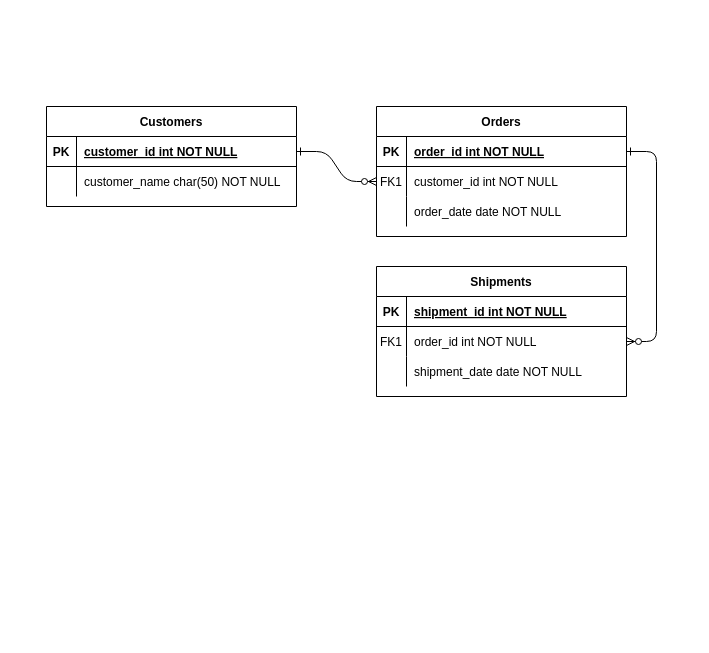
The draw.io diagram page "Page-1" (1 of 2) of ERD.drawio in Wavergg/721SoftwareEngineering, before the edit. Source tidied: cells renumbered, new cells numbered last; positions are measured from the earlier drawing's top-left corner, leaving out a move shared by most shapes. Both pictures are drawn from the tidied source at 100%, with x=0, y=0 at pixel (46, 106).
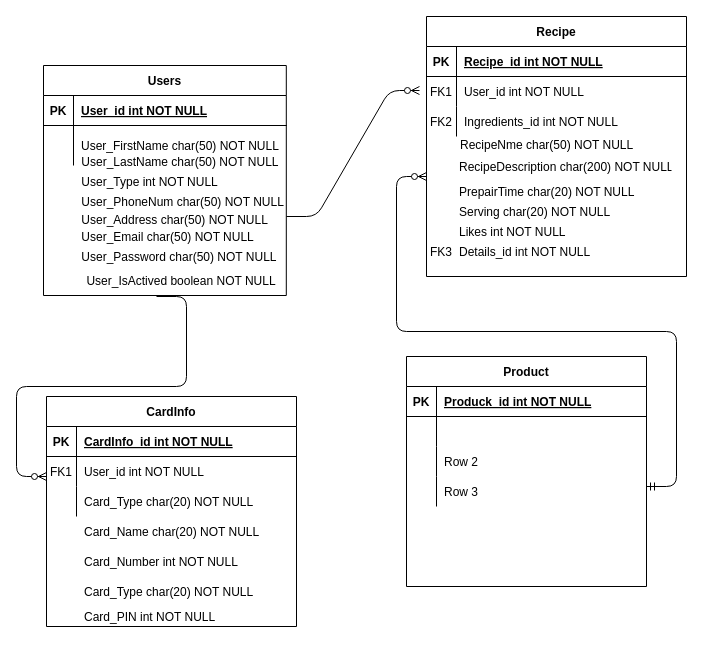
The same page after the edit.

What changed in the source:
```diff
@@
-    <mxCell id="2" style="edgeStyle=entityRelationEdgeStyle;endArrow=ERzeroToMany;startArrow=ERone;endFill=1;startFill=0;" parent="1" edge="1" source="25" target="8">
-      <mxGeometry relative="1" as="geometry" />
-    </mxCell>
-    <mxCell id="3" style="edgeStyle=entityRelationEdgeStyle;endArrow=ERzeroToMany;startArrow=ERone;endFill=1;startFill=0;" parent="1" edge="1" source="5" target="18">
-      <mxGeometry relative="1" as="geometry" />
-    </mxCell>
+    <mxCell id="31" style="group;" parent="1" vertex="1">
+      <mxGeometry y="290" width="250" height="240" as="geometry" />
+    </mxCell>
+    <mxCell id="14" value="CardInfo" style="shape=table;startSize=30;childLayout=tableLayout;rowLines=0;fontStyle=1;align=center;" parent="31" vertex="1">
+      <mxGeometry width="250" height="230" as="geometry" />
+    </mxCell>
+    <mxCell id="15" style="shape=partialRectangle;fillColor=none;top=0;left=0;right=0;bottom=1;" parent="14" vertex="1">
+      <mxGeometry y="30" width="250" height="30" as="geometry" />
+    </mxCell>
+    <mxCell id="16" value="PK" style="shape=partialRectangle;overflow=hidden;fillColor=none;top=0;left=0;bottom=0;right=0;fontStyle=1;" parent="15" vertex="1">
+      <mxGeometry width="30" height="30" as="geometry" />
+    </mxCell>
+    <mxCell id="17" value="CardInfo_id int NOT NULL " style="shape=partialRectangle;overflow=hidden;fillColor=none;top=0;left=0;bottom=0;right=0;align=left;spacingLeft=6;fontStyle=5;" parent="15" vertex="1">
+      <mxGeometry x="30" width="220" height="30" as="geometry" />
+    </mxCell>
+    <mxCell id="18" style="shape=partialRectangle;fillColor=none;points=[[0,0.5],[1,0.5]];portConstraint=eastwest;top=0;left=0;right=0;bottom=0;" parent="14" vertex="1">
+      <mxGeometry y="60" width="250" height="30" as="geometry" />
+    </mxCell>
+    <mxCell id="19" value="FK1" style="shape=partialRectangle;overflow=hidden;fillColor=none;top=0;left=0;bottom=0;right=0;" parent="18" vertex="1">
+      <mxGeometry width="30" height="30" as="geometry" />
+    </mxCell>
+    <mxCell id="20" value="User_id int NOT NULL" style="shape=partialRectangle;overflow=hidden;fillColor=none;top=0;left=0;bottom=0;right=0;align=left;spacingLeft=6;" parent="18" vertex="1">
+      <mxGeometry x="30" width="220" height="30" as="geometry" />
+    </mxCell>
+    <mxCell id="21" style="shape=partialRectangle;fillColor=none;top=0;left=0;right=0;bottom=0;" parent="14" vertex="1">
+      <mxGeometry y="90" width="250" height="30" as="geometry" />
+    </mxCell>
+    <mxCell id="22" style="shape=partialRectangle;overflow=hidden;fillColor=none;top=0;left=0;bottom=0;right=0;" parent="21" vertex="1">
+      <mxGeometry width="30" height="30" as="geometry" />
+    </mxCell>
+    <mxCell id="23" value="Card_Type char(20) NOT NULL" style="shape=partialRectangle;overflow=hidden;fillColor=none;top=0;left=0;bottom=0;right=0;align=left;spacingLeft=6;" parent="21" vertex="1">
+      <mxGeometry x="30" width="220" height="30" as="geometry" />
+    </mxCell>
+    <mxCell id="32" value="Card_Name char(20) NOT NULL" style="shape=partialRectangle;overflow=hidden;fillColor=none;top=0;left=0;bottom=0;right=0;align=left;spacingLeft=6;" parent="31" vertex="1">
+      <mxGeometry x="30" y="120" width="220" height="30" as="geometry" />
+    </mxCell>
+    <mxCell id="33" value="Card_Number int NOT NULL" style="shape=partialRectangle;overflow=hidden;fillColor=none;top=0;left=0;bottom=0;right=0;align=left;spacingLeft=6;" parent="31" vertex="1">
+      <mxGeometry x="30" y="150" width="220" height="30" as="geometry" />
+    </mxCell>
+    <mxCell id="34" value="Card_Type char(20) NOT NULL" style="shape=partialRectangle;overflow=hidden;fillColor=none;top=0;left=0;bottom=0;right=0;align=left;spacingLeft=6;" parent="31" vertex="1">
+      <mxGeometry x="30" y="180" width="220" height="30" as="geometry" />
+    </mxCell>
+    <mxCell id="35" value="Card_PIN int NOT NULL" style="shape=partialRectangle;overflow=hidden;fillColor=none;top=0;left=0;bottom=0;right=0;align=left;spacingLeft=6;" parent="31" vertex="1">
+      <mxGeometry x="30" y="200" width="220" height="40" as="geometry" />
+    </mxCell>
+    <mxCell id="36" style="group;" parent="1" vertex="1">
+      <mxGeometry x="380" y="-90" width="266" height="260" as="geometry" />
+    </mxCell>
-    <mxCell id="4" value="Orders" style="shape=table;startSize=30;childLayout=tableLayout;rowLines=0;fontStyle=1;align=center;" parent="1" vertex="1">
-      <mxGeometry x="330" width="250" height="130" as="geometry" />
+    <mxCell id="4" value="Recipe" style="shape=table;startSize=30;childLayout=tableLayout;rowLines=0;fontStyle=1;align=center;" parent="36" vertex="1">
+      <mxGeometry width="260" height="260" as="geometry" />
     </mxCell>
     <mxCell id="5" style="shape=partialRectangle;fillColor=none;points=[[0,0.5],[1,0.5]];portConstraint=eastwest;top=0;left=0;right=0;bottom=1;" parent="4" vertex="1">
-      <mxGeometry y="30" width="250" height="30" as="geometry" />
+      <mxGeometry y="30" width="260" height="30" as="geometry" />
     </mxCell>
@@
-    <mxCell id="7" value="order_id int NOT NULL " style="shape=partialRectangle;overflow=hidden;fillColor=none;top=0;left=0;bottom=0;right=0;align=left;spacingLeft=6;fontStyle=5;" parent="5" vertex="1">
-      <mxGeometry x="30" width="220" height="30" as="geometry" />
+    <mxCell id="7" value="Recipe_id int NOT NULL " style="shape=partialRectangle;overflow=hidden;fillColor=none;top=0;left=0;bottom=0;right=0;align=left;spacingLeft=6;fontStyle=5;" parent="5" vertex="1">
+      <mxGeometry x="30" width="230" height="30" as="geometry" />
     </mxCell>
     <mxCell id="8" style="shape=partialRectangle;fillColor=none;points=[[0,0.5],[1,0.5]];portConstraint=eastwest;top=0;left=0;right=0;bottom=0;" parent="4" vertex="1">
-      <mxGeometry y="60" width="250" height="30" as="geometry" />
+      <mxGeometry y="60" width="260" height="30" as="geometry" />
     </mxCell>
@@
-    <mxCell id="10" value="customer_id int NOT NULL" style="shape=partialRectangle;overflow=hidden;fillColor=none;top=0;left=0;bottom=0;right=0;align=left;spacingLeft=6;" parent="8" vertex="1">
-      <mxGeometry x="30" width="220" height="30" as="geometry" />
+    <mxCell id="10" value="User_id int NOT NULL" style="shape=partialRectangle;overflow=hidden;fillColor=none;top=0;left=0;bottom=0;right=0;align=left;spacingLeft=6;" parent="8" vertex="1">
+      <mxGeometry x="30" width="230" height="30" as="geometry" />
     </mxCell>
     <mxCell id="11" style="shape=partialRectangle;fillColor=none;top=0;left=0;right=0;bottom=0;" parent="4" vertex="1">
-      <mxGeometry y="90" width="250" height="30" as="geometry" />
+      <mxGeometry y="90" width="260" height="30" as="geometry" />
     </mxCell>
@@
-    <mxCell id="13" value="order_date date NOT NULL" style="shape=partialRectangle;overflow=hidden;fillColor=none;top=0;left=0;bottom=0;right=0;align=left;spacingLeft=6;" parent="11" vertex="1">
-      <mxGeometry x="30" width="220" height="30" as="geometry" />
+    <mxCell id="13" value="Ingredients_id int NOT NULL" style="shape=partialRectangle;overflow=hidden;fillColor=none;top=0;left=0;bottom=0;right=0;align=left;spacingLeft=6;" parent="11" vertex="1">
+      <mxGeometry x="30" width="230" height="30" as="geometry" />
     </mxCell>
-    <mxCell id="14" value="Shipments" style="shape=table;startSize=30;childLayout=tableLayout;rowLines=0;fontStyle=1;align=center;" parent="1" vertex="1">
-      <mxGeometry x="330" y="160" width="250" height="130" as="geometry" />
-    </mxCell>
-    <mxCell id="15" style="shape=partialRectangle;fillColor=none;top=0;left=0;right=0;bottom=1;" parent="14" vertex="1">
-      <mxGeometry y="30" width="250" height="30" as="geometry" />
-    </mxCell>
-    <mxCell id="16" value="PK" style="shape=partialRectangle;overflow=hidden;fillColor=none;top=0;left=0;bottom=0;right=0;fontStyle=1;" parent="15" vertex="1">
-      <mxGeometry width="30" height="30" as="geometry" />
-    </mxCell>
-    <mxCell id="17" value="shipment_id int NOT NULL " style="shape=partialRectangle;overflow=hidden;fillColor=none;top=0;left=0;bottom=0;right=0;align=left;spacingLeft=6;fontStyle=5;" parent="15" vertex="1">
-      <mxGeometry x="30" width="220" height="30" as="geometry" />
-    </mxCell>
-    <mxCell id="18" style="shape=partialRectangle;fillColor=none;points=[[0,0.5],[1,0.5]];portConstraint=eastwest;top=0;left=0;right=0;bottom=0;" parent="14" vertex="1">
-      <mxGeometry y="60" width="250" height="30" as="geometry" />
-    </mxCell>
-    <mxCell id="19" value="FK1" style="shape=partialRectangle;overflow=hidden;fillColor=none;top=0;left=0;bottom=0;right=0;" parent="18" vertex="1">
-      <mxGeometry width="30" height="30" as="geometry" />
-    </mxCell>
-    <mxCell id="20" value="order_id int NOT NULL" style="shape=partialRectangle;overflow=hidden;fillColor=none;top=0;left=0;bottom=0;right=0;align=left;spacingLeft=6;" parent="18" vertex="1">
-      <mxGeometry x="30" width="220" height="30" as="geometry" />
-    </mxCell>
-    <mxCell id="21" style="shape=partialRectangle;fillColor=none;top=0;left=0;right=0;bottom=0;" parent="14" vertex="1">
-      <mxGeometry y="90" width="250" height="30" as="geometry" />
-    </mxCell>
-    <mxCell id="22" style="shape=partialRectangle;overflow=hidden;fillColor=none;top=0;left=0;bottom=0;right=0;" parent="21" vertex="1">
-      <mxGeometry width="30" height="30" as="geometry" />
-    </mxCell>
-    <mxCell id="23" value="shipment_date date NOT NULL" style="shape=partialRectangle;overflow=hidden;fillColor=none;top=0;left=0;bottom=0;right=0;align=left;spacingLeft=6;" parent="21" vertex="1">
-      <mxGeometry x="30" width="220" height="30" as="geometry" />
-    </mxCell>
+    <mxCell id="37" value="RecipeDescription char(200) NOT NULL" style="shape=partialRectangle;overflow=hidden;fillColor=none;top=0;left=0;bottom=0;right=0;align=left;spacingLeft=6;" parent="36" vertex="1">
+      <mxGeometry x="25" y="140" width="220" height="20" as="geometry" />
+    </mxCell>
+    <mxCell id="38" value="Serving char(20) NOT NULL" style="shape=partialRectangle;overflow=hidden;fillColor=none;top=0;left=0;bottom=0;right=0;align=left;spacingLeft=6;" parent="36" vertex="1">
+      <mxGeometry x="25" y="180" width="220" height="30" as="geometry" />
+    </mxCell>
+    <mxCell id="39" value="PrepairTime char(20) NOT NULL" style="shape=partialRectangle;overflow=hidden;fillColor=none;top=0;left=0;bottom=0;right=0;align=left;spacingLeft=6;" parent="36" vertex="1">
+      <mxGeometry x="25" y="160" width="220" height="30" as="geometry" />
+    </mxCell>
+    <mxCell id="40" value="RecipeNme char(50) NOT NULL" style="shape=partialRectangle;overflow=hidden;fillColor=none;top=0;left=0;bottom=0;right=0;align=left;spacingLeft=6;" parent="36" vertex="1">
+      <mxGeometry x="26" y="113" width="240" height="30" as="geometry" />
+    </mxCell>
+    <mxCell id="41" value="FK2" style="shape=partialRectangle;overflow=hidden;fillColor=none;top=0;left=0;bottom=0;right=0;" parent="36" vertex="1">
+      <mxGeometry y="90" width="30" height="30" as="geometry" />
+    </mxCell>
+    <mxCell id="42" value="Likes int NOT NULL" style="shape=partialRectangle;overflow=hidden;fillColor=none;top=0;left=0;bottom=0;right=0;align=left;spacingLeft=6;" parent="36" vertex="1">
+      <mxGeometry x="25" y="200" width="220" height="30" as="geometry" />
+    </mxCell>
+    <mxCell id="43" value="Details_id int NOT NULL" style="shape=partialRectangle;overflow=hidden;fillColor=none;top=0;left=0;bottom=0;right=0;align=left;spacingLeft=6;" parent="36" vertex="1">
+      <mxGeometry x="25" y="220" width="220" height="30" as="geometry" />
+    </mxCell>
+    <mxCell id="44" value="FK3" style="shape=partialRectangle;overflow=hidden;fillColor=none;top=0;left=0;bottom=0;right=0;" parent="36" vertex="1">
+      <mxGeometry y="220" width="30" height="30" as="geometry" />
+    </mxCell>
+    <mxCell id="45" style="group;" parent="1" vertex="1">
+      <mxGeometry x="-3" y="-40" width="263" height="230" as="geometry" />
+    </mxCell>
+    <mxCell id="46" value="User_Type int NOT NULL" style="shape=partialRectangle;overflow=hidden;fillColor=none;top=0;left=0;bottom=0;right=0;align=left;spacingLeft=6;" parent="45" vertex="1">
+      <mxGeometry x="30.3" y="100" width="232.7" height="30" as="geometry" />
+    </mxCell>
+    <mxCell id="47" value="User_IsActived boolean NOT NULL" style="shape=partialRectangle;overflow=hidden;fillColor=none;top=0;left=0;bottom=0;right=0;align=left;spacingLeft=6;" parent="45" vertex="1">
+      <mxGeometry x="35.4" y="199" width="222.5" height="30" as="geometry" />
+    </mxCell>
+    <mxCell id="48" style="group;" parent="45" vertex="1">
+      <mxGeometry width="252.9" height="230" as="geometry" />
+    </mxCell>
-    <mxCell id="24" value="Customers" style="shape=table;startSize=30;childLayout=tableLayout;rowLines=0;fontStyle=1;align=center;" parent="1" vertex="1">
-      <mxGeometry width="250" height="100" as="geometry" />
+    <mxCell id="24" value="Users" style="shape=table;startSize=30;childLayout=tableLayout;rowLines=0;fontStyle=1;align=center;" parent="48" vertex="1">
+      <mxGeometry y="-1" width="242.8" height="230" as="geometry" />
     </mxCell>
     <mxCell id="25" style="shape=partialRectangle;fillColor=none;points=[[0,0.5],[1,0.5]];portConstraint=eastwest;top=0;left=0;right=0;bottom=1;" parent="24" vertex="1">
-      <mxGeometry y="30" width="250" height="30" as="geometry" />
+      <mxGeometry y="30" width="242.8" height="30" as="geometry" />
     </mxCell>
@@
-    <mxCell id="27" value="customer_id int NOT NULL " style="shape=partialRectangle;overflow=hidden;fillColor=none;top=0;left=0;bottom=0;right=0;align=left;spacingLeft=6;fontStyle=5;" parent="25" vertex="1">
-      <mxGeometry x="30" width="220" height="30" as="geometry" />
+    <mxCell id="27" value="User_id int NOT NULL " style="shape=partialRectangle;overflow=hidden;fillColor=none;top=0;left=0;bottom=0;right=0;align=left;spacingLeft=6;fontStyle=5;" parent="25" vertex="1">
+      <mxGeometry x="30" width="212.8" height="30" as="geometry" />
     </mxCell>
     <mxCell id="28" style="shape=partialRectangle;fillColor=none;top=0;left=0;right=0;bottom=0;" parent="24" vertex="1">
-      <mxGeometry y="60" width="250" height="30" as="geometry" />
+      <mxGeometry y="60" width="242.8" height="40" as="geometry" />
     </mxCell>
     <mxCell id="29" style="shape=partialRectangle;overflow=hidden;fillColor=none;top=0;left=0;bottom=0;right=0;" parent="28" vertex="1">
-      <mxGeometry width="30" height="30" as="geometry" />
+      <mxGeometry width="30" height="40" as="geometry" />
     </mxCell>
-    <mxCell id="30" value="customer_name char(50) NOT NULL" style="shape=partialRectangle;overflow=hidden;fillColor=none;top=0;left=0;bottom=0;right=0;align=left;spacingLeft=6;" parent="28" vertex="1">
-      <mxGeometry x="30" width="220" height="30" as="geometry" />
+    <mxCell id="30" value="User_FirstName char(50) NOT NULL" style="shape=partialRectangle;overflow=hidden;fillColor=none;top=0;left=0;bottom=0;right=0;align=left;spacingLeft=6;" parent="28" vertex="1">
+      <mxGeometry x="30" width="212.8" height="40" as="geometry" />
     </mxCell>
+    <mxCell id="49" value="User_LastName char(50) NOT NULL" style="shape=partialRectangle;overflow=hidden;fillColor=none;top=0;left=0;bottom=0;right=0;align=left;spacingLeft=6;" parent="48" vertex="1">
+      <mxGeometry x="30.3" y="80" width="222.5" height="30" as="geometry" />
+    </mxCell>
+    <mxCell id="50" style="shape=partialRectangle;overflow=hidden;fillColor=none;top=0;left=0;bottom=0;right=0;align=left;spacingLeft=6;" parent="48" vertex="1">
+      <mxGeometry x="30.3" y="100" width="222.5" height="30" as="geometry" />
+    </mxCell>
+    <mxCell id="51" value="User_PhoneNum char(50) NOT NULL" style="shape=partialRectangle;overflow=hidden;fillColor=none;top=0;left=0;bottom=0;right=0;align=left;spacingLeft=6;" parent="48" vertex="1">
+      <mxGeometry x="30.3" y="120" width="222.5" height="30" as="geometry" />
+    </mxCell>
+    <mxCell id="52" value="User_Address char(50) NOT NULL" style="shape=partialRectangle;overflow=hidden;fillColor=none;top=0;left=0;bottom=0;right=0;align=left;spacingLeft=6;" parent="48" vertex="1">
+      <mxGeometry x="30.3" y="138" width="222.5" height="30" as="geometry" />
+    </mxCell>
+    <mxCell id="53" value="User_Email char(50) NOT NULL" style="shape=partialRectangle;overflow=hidden;fillColor=none;top=0;left=0;bottom=0;right=0;align=left;spacingLeft=6;" parent="48" vertex="1">
+      <mxGeometry x="30.3" y="155" width="222.5" height="30" as="geometry" />
+    </mxCell>
+    <mxCell id="54" value="User_Password char(50) NOT NULL" style="shape=partialRectangle;overflow=hidden;fillColor=none;top=0;left=0;bottom=0;right=0;align=left;spacingLeft=6;" parent="48" vertex="1">
+      <mxGeometry x="30.3" y="150" width="222.5" height="79" as="geometry" />
+    </mxCell>
+    <mxCell id="55" value="Product" style="shape=table;startSize=30;childLayout=tableLayout;rowLines=0;fontStyle=1;align=center;" parent="1" vertex="1">
+      <mxGeometry x="360" y="250" width="240" height="230" as="geometry" />
+    </mxCell>
+    <mxCell id="56" style="shape=partialRectangle;fillColor=none;top=0;left=0;bottom=1;right=0;" parent="55" vertex="1">
+      <mxGeometry y="30" width="240" height="30" as="geometry" />
+    </mxCell>
+    <mxCell id="57" value="PK" style="shape=partialRectangle;fillColor=none;top=0;left=0;bottom=0;right=0;fontStyle=1;overflow=hidden;" parent="56" vertex="1">
+      <mxGeometry width="30" height="30" as="geometry" />
+    </mxCell>
+    <mxCell id="58" value="Produck_id int NOT NULL" style="shape=partialRectangle;fillColor=none;top=0;left=0;bottom=0;right=0;align=left;spacingLeft=6;fontStyle=5;overflow=hidden;" parent="56" vertex="1">
+      <mxGeometry x="30" width="210" height="30" as="geometry" />
+    </mxCell>
+    <mxCell id="59" style="shape=partialRectangle;fillColor=none;top=0;left=0;bottom=0;right=0;" parent="55" vertex="1">
+      <mxGeometry y="60" width="240" height="30" as="geometry" />
+    </mxCell>
+    <mxCell id="60" style="shape=partialRectangle;fillColor=none;top=0;left=0;bottom=0;right=0;overflow=hidden;" parent="59" vertex="1">
+      <mxGeometry width="30" height="30" as="geometry" />
+    </mxCell>
+    <mxCell id="61" style="shape=partialRectangle;fillColor=none;top=0;left=0;bottom=0;right=0;align=left;spacingLeft=6;overflow=hidden;" parent="59" vertex="1">
+      <mxGeometry x="30" width="210" height="30" as="geometry" />
+    </mxCell>
+    <mxCell id="62" style="shape=partialRectangle;fillColor=none;top=0;left=0;bottom=0;right=0;" parent="55" vertex="1">
+      <mxGeometry y="90" width="240" height="30" as="geometry" />
+    </mxCell>
+    <mxCell id="63" style="shape=partialRectangle;fillColor=none;top=0;left=0;bottom=0;right=0;overflow=hidden;" parent="62" vertex="1">
+      <mxGeometry width="30" height="30" as="geometry" />
+    </mxCell>
+    <mxCell id="64" value="Row 2" style="shape=partialRectangle;fillColor=none;top=0;left=0;bottom=0;right=0;align=left;spacingLeft=6;overflow=hidden;" parent="62" vertex="1">
+      <mxGeometry x="30" width="210" height="30" as="geometry" />
+    </mxCell>
+    <mxCell id="65" style="shape=partialRectangle;fillColor=none;top=0;left=0;bottom=0;right=0;" parent="55" vertex="1">
+      <mxGeometry y="120" width="240" height="30" as="geometry" />
+    </mxCell>
+    <mxCell id="66" style="shape=partialRectangle;fillColor=none;top=0;left=0;bottom=0;right=0;overflow=hidden;" parent="65" vertex="1">
+      <mxGeometry width="30" height="30" as="geometry" />
+    </mxCell>
+    <mxCell id="67" value="Row 3" style="shape=partialRectangle;fillColor=none;top=0;left=0;bottom=0;right=0;align=left;spacingLeft=6;overflow=hidden;" parent="65" vertex="1">
+      <mxGeometry x="30" width="210" height="30" as="geometry" />
+    </mxCell>
+    <mxCell id="68" style="edgeStyle=entityRelationEdgeStyle;fontSize=12;html=1;endArrow=ERzeroToMany;endFill=1;entryX=-0.027;entryY=0.467;entryDx=0;entryDy=0;entryPerimeter=0;" parent="1" edge="1" target="8">
+      <mxGeometry relative="1" as="geometry">
+        <mxPoint x="240" y="110" as="sourcePoint" />
+      </mxGeometry>
+    </mxCell>
+    <mxCell id="69" style="edgeStyle=entityRelationEdgeStyle;fontSize=12;html=1;endArrow=ERzeroToMany;endFill=1;" parent="1" edge="1">
+      <mxGeometry relative="1" as="geometry">
+        <mxPoint x="110" y="190" as="sourcePoint" />
+        <mxPoint y="370" as="targetPoint" />
+      </mxGeometry>
+    </mxCell>
+    <mxCell id="70" style="edgeStyle=entityRelationEdgeStyle;fontSize=12;html=1;endArrow=ERzeroToMany;startArrow=ERmandOne;" parent="1" edge="1">
+      <mxGeometry relative="1" as="geometry">
+        <mxPoint x="600" y="380" as="sourcePoint" />
+        <mxPoint x="380" y="70" as="targetPoint" />
+      </mxGeometry>
+    </mxCell>
```
